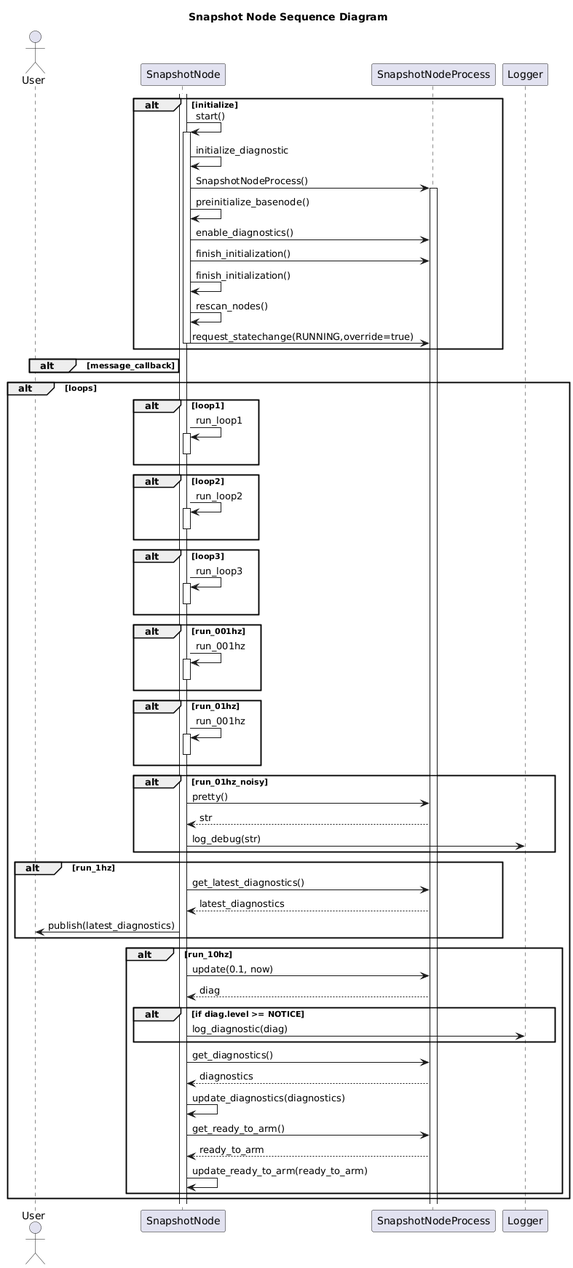
Before: nodes/SnapshotNode/doc/output/SnapshotNodeSequenceDiagram.png, a diagram exported from PlantUML (dgitz/eros). Its diagram source:
```plantuml
@startuml
title Snapshot Node Sequence Diagram
actor User as user
participant SnapshotNode as node
participant SnapshotNodeProcess as process
participant Logger as logger

alt initialize
    activate node
    node -> node++: start()
    node -> node: initialize_diagnostic
    node -> process++: SnapshotNodeProcess()
    node -> node: preinitialize_basenode()
    node -> process: enable_diagnostics()
    node -> process: finish_initialization()
    node -> node: finish_initialization()
    node -> node: rescan_nodes()
    node -> process: request_statechange(RUNNING,override=true)
    node--
end

alt message_callback
end

alt loops
    alt loop1
        node -> node++: run_loop1
        node--
    end
    alt loop2
        node -> node++: run_loop2
        node--
    end
    alt loop3
        node -> node++: run_loop3
        node--
    end
    alt run_001hz
        node -> node++: run_001hz
        node--
    end
    alt run_01hz
        node -> node++: run_001hz
        node--
    end
    alt run_01hz_noisy
        node -> process: pretty()
        process --> node: str
        node -> logger: log_debug(str)
    end
    alt run_1hz
        node -> process: get_latest_diagnostics()
        process --> node: latest_diagnostics
        node -> user: publish(latest_diagnostics)
    end
    alt run_10hz
        node -> process: update(0.1, now)
        process --> node: diag
        alt if diag.level >= NOTICE
            node -> logger: log_diagnostic(diag)
        end
        node -> process: get_diagnostics()
        process --> node: diagnostics
        node -> node: update_diagnostics(diagnostics)
        node -> process: get_ready_to_arm()
        process --> node: ready_to_arm
        node -> node: update_ready_to_arm(ready_to_arm)

    end
end
@enduml
```
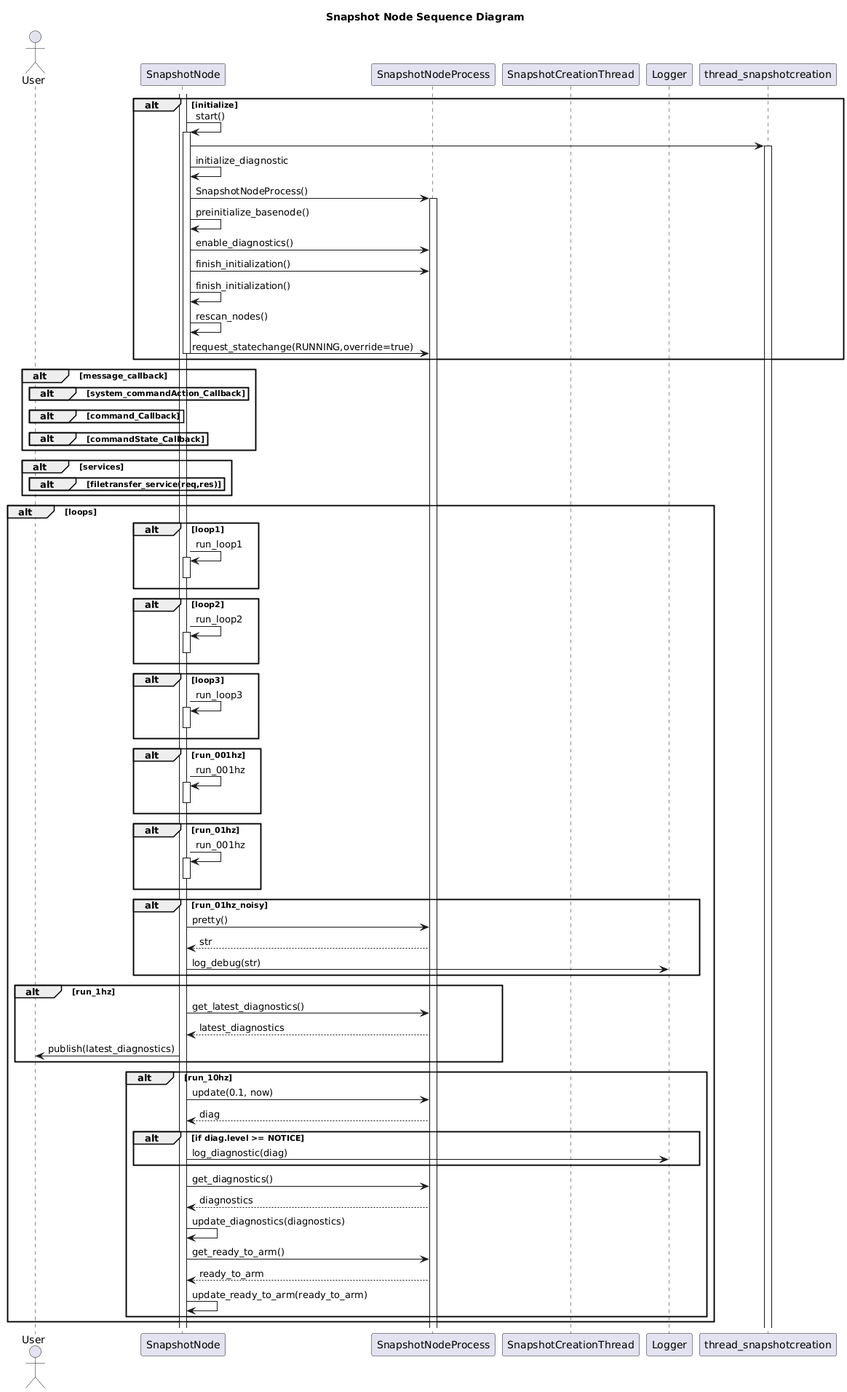
After the commit.

Commit message:
Updated Sequence Diagrams.

The edit, as a diff of the source:
```diff
@@ -3,11 +3,13 @@
 actor User as user
 participant SnapshotNode as node
 participant SnapshotNodeProcess as process
+participant SnapshotCreationThread as snapshot_thread
 participant Logger as logger
 
 alt initialize
     activate node
     node -> node++: start()
+    node -> thread_snapshotcreation++
     node -> node: initialize_diagnostic
     node -> process++: SnapshotNodeProcess()
     node -> node: preinitialize_basenode()
@@ -20,6 +22,16 @@
 end
 
 alt message_callback
+    alt system_commandAction_Callback
+    end
+    alt command_Callback
+    end
+    alt commandState_Callback
+    end
+end
+alt services
+    alt filetransfer_service(req,res)
+    end
 end
 
 alt loops
```
